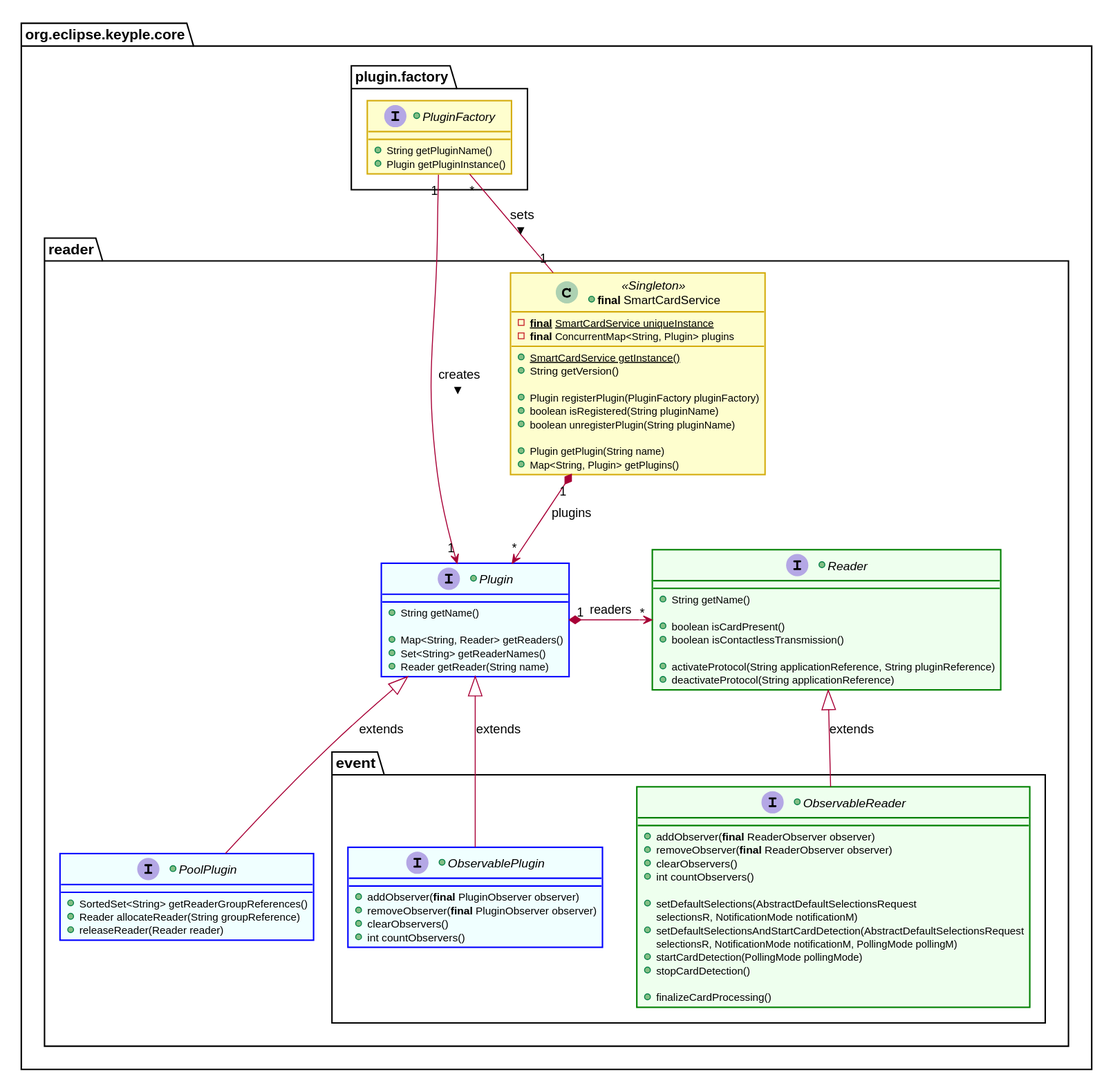
Above: docs/KeypleCoreApi/img/KeypleCore_Reader_ClassDiag_PluginSettingAndReaderAccess_1_0_0.svg in calypsonet/keyple (PlantUML), before the change.
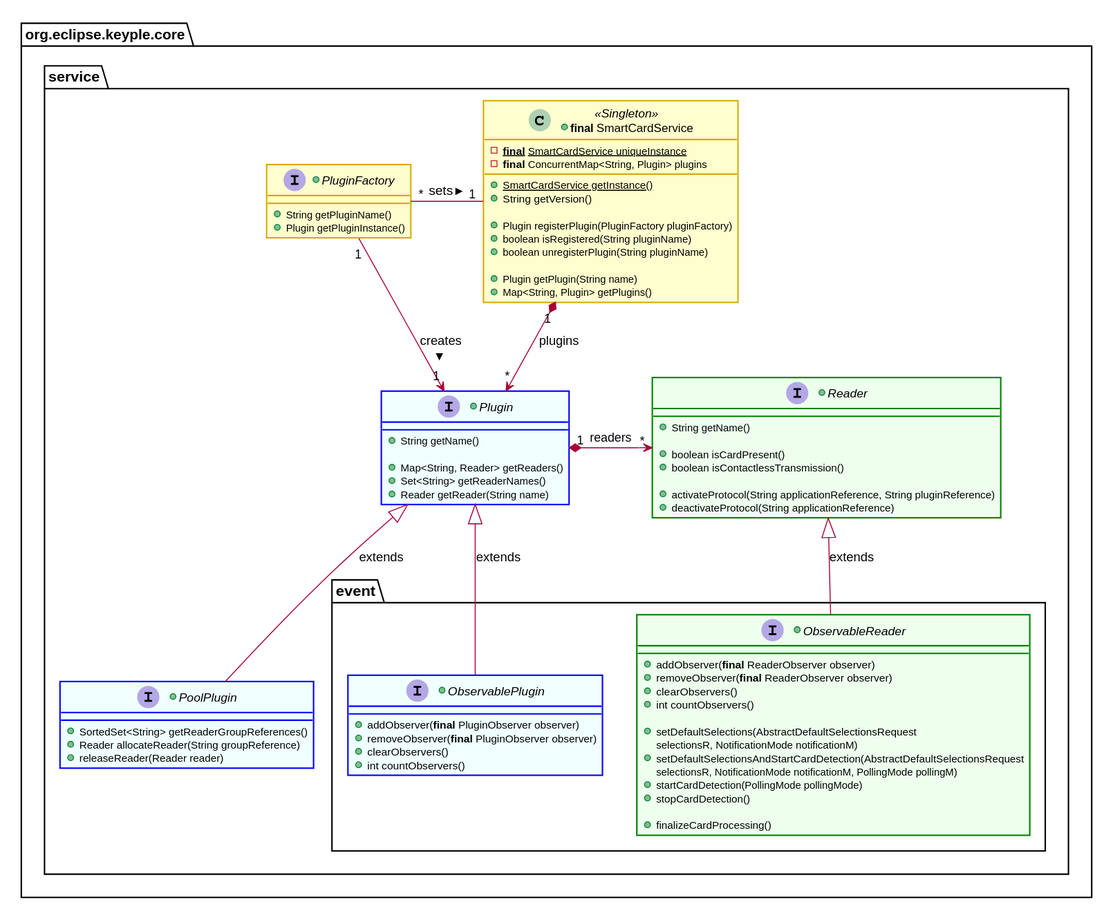
After the change.

Commit message:
Renam package reader to service

Change to the diagram source:
```diff
@@ -31,13 +31,11 @@
 hide <<grey>> stereotype
 
 package org.eclipse.keyple.core #FFFFFF {
-  package plugin.factory #FFFFFF {
+  package service #FFFFFF {
 +interface PluginFactory {
   +String getPluginName()
   +Plugin getPluginInstance()
 }
-  }
-  package reader #FFFFFF {
 +class "<b>final</b> SmartCardService" as SmartCardService << Singleton >> {
   -<b>final</b> {static}SmartCardService uniqueInstance
   -<b>final</b> ConcurrentMap<String, Plugin> plugins
@@ -105,7 +103,7 @@
     Reader <|-- ObservableReader : extends
   }
 
-  PluginFactory "*" -down- "1" SmartCardService : sets >
+  PluginFactory "*" -right- "1" SmartCardService : sets >
   PluginFactory "1" --> "1" Plugin : creates >
 }
 
```
